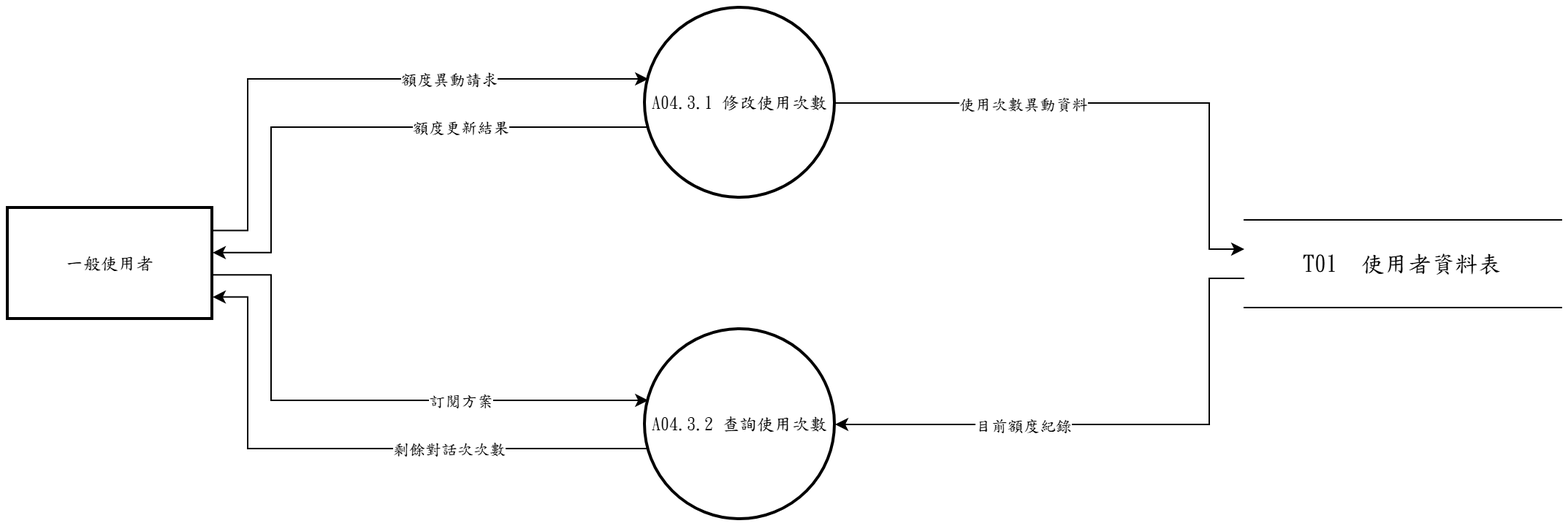
Earlier version of the draw.io export 系統文件/第6章/DFD圖/圖4/新/圖4-3.drawio.png (s22452007/115502). Source tidied: cells renumbered, new cells last; positions are measured from the earlier drawing's top-left corner, leaving out a move shared by most shapes.
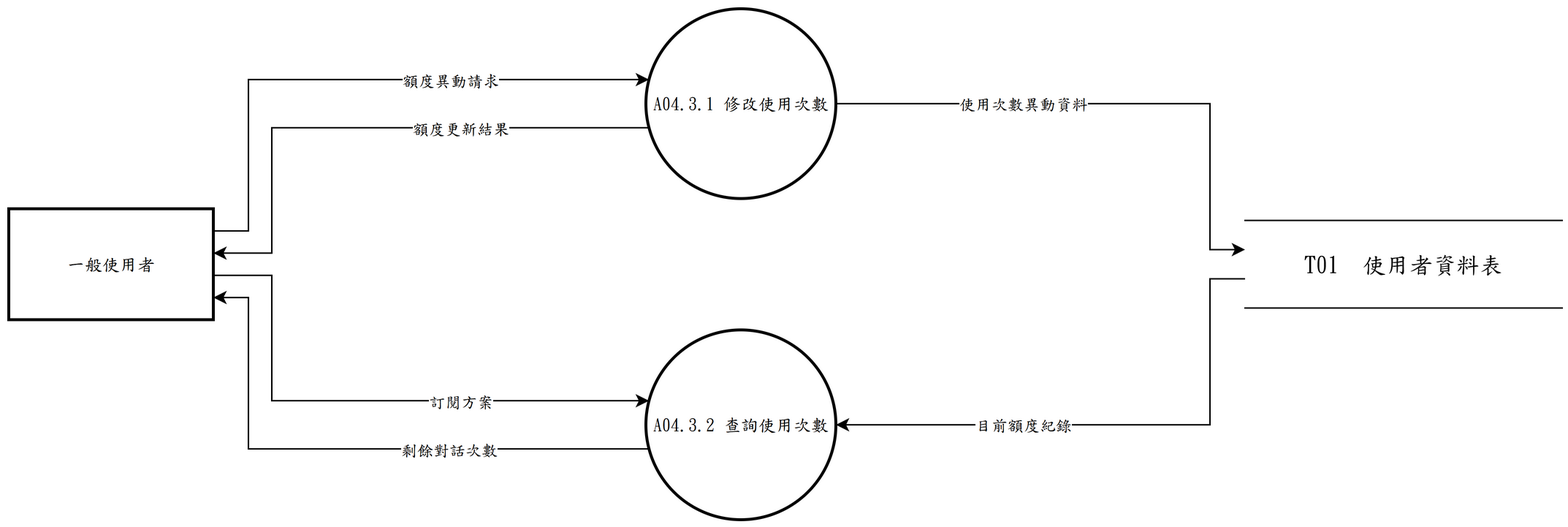
Above is the later version.

What changed in the source:
```diff
@@ -77,7 +77,7 @@
         </Array>
       </mxGeometry>
     </mxCell>
-    <mxCell id="17" value="剩餘對話次次數" style="edgeLabel;html=1;align=center;verticalAlign=middle;fontFamily=標楷體;" parent="16" vertex="1">
+    <mxCell id="17" value="剩餘對話次數" style="edgeLabel;html=1;align=center;verticalAlign=middle;fontFamily=標楷體;" parent="16" vertex="1">
       <mxGeometry x="-0.32" relative="1" as="geometry" />
     </mxCell>
   </root>
```
